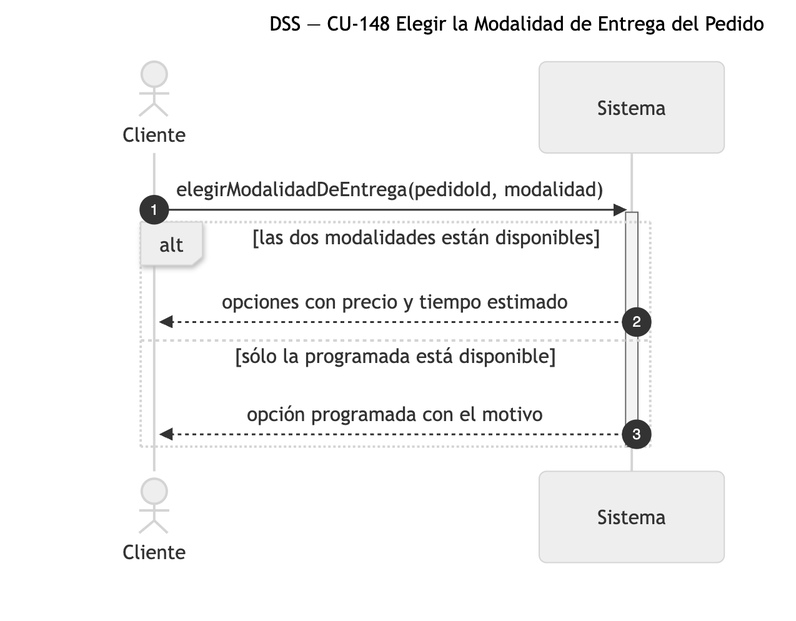
Nahuelito-Dev/splg-docs keeps this Mermaid diagram as diagramas/png/DSS_CU-148_Elegir-la-Modalidad-de-Entrega-del-Pedido.png. Above is the earlier version. Its source is kept beside it as diagramas/DSS_CU-148_Elegir-la-Modalidad-de-Entrega-del-Pedido.mmd.
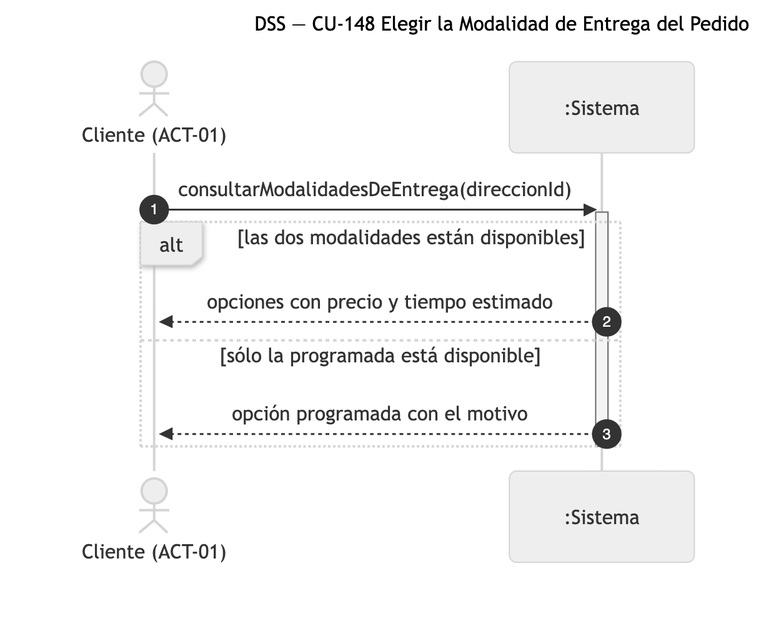
Later version of the same file.

Diff of the diagram source:
```diff
@@ -1,10 +1,10 @@
 sequenceDiagram
     title DSS — CU-148 Elegir la Modalidad de Entrega del Pedido
     autonumber
-    actor CLI as Cliente
-    participant SIS as Sistema
+    actor CLI as Cliente (ACT-01)
+    participant SIS as :Sistema
 
-    CLI->>SIS: elegirModalidadDeEntrega(pedidoId, modalidad)
+    CLI->>SIS: consultarModalidadesDeEntrega(direccionId)
     activate SIS
     alt las dos modalidades están disponibles
         SIS-->>CLI: opciones con precio y tiempo estimado
```
